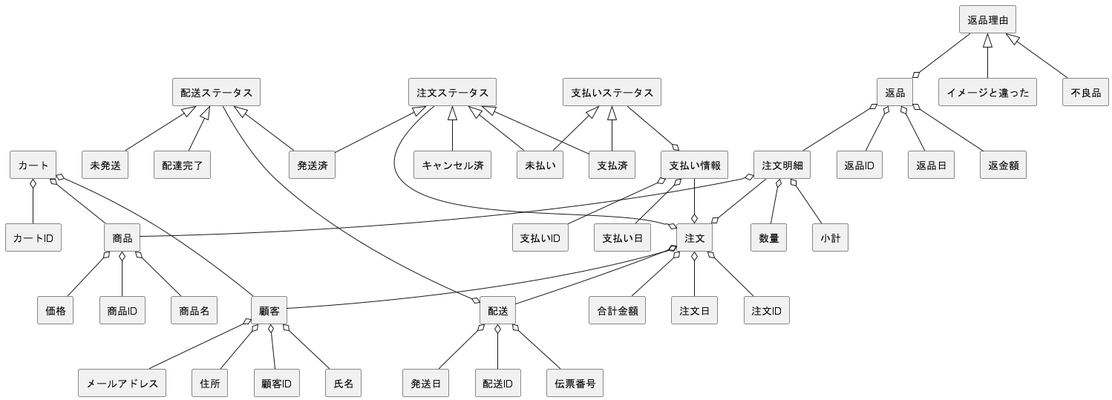
The PlantUML diagram out/group/BB/BBdomain copy/BBショップ注文管理ドメインモデル.png in amaneko0608/ohara_uml, before a commit.
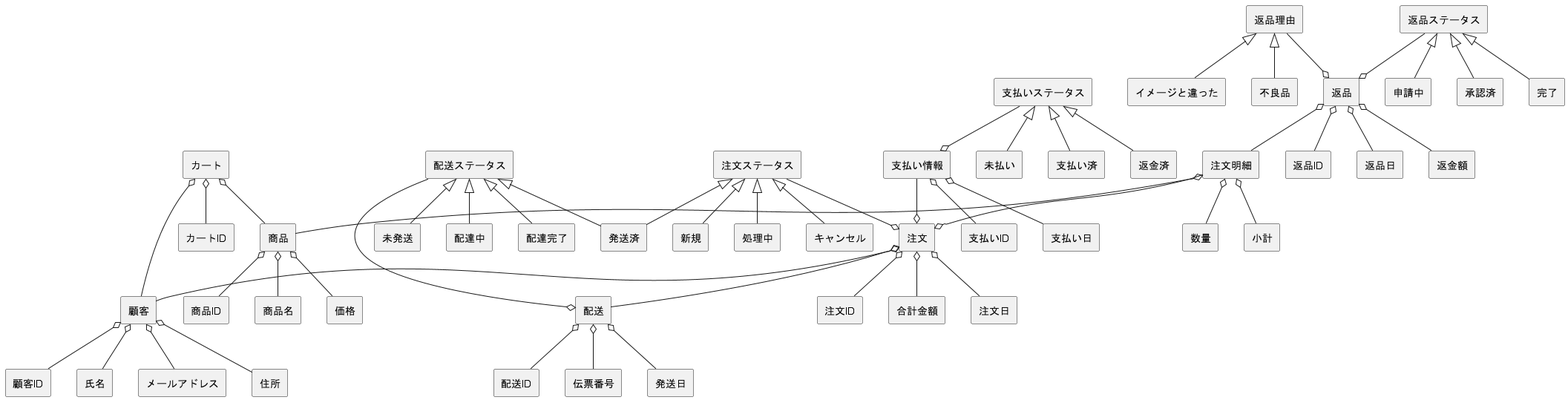
Later version of the same file.

Diff of the diagram source:
```diff
@@ -19,10 +19,10 @@
 [注文] o-- [合計金額]
 [注文] o-- [注文日]
 
-[注文ステータス] <|-- [未払い]
-[注文ステータス] <|-- [支払済]
+[注文ステータス] <|-- [新規]
+[注文ステータス] <|-- [処理中]
 [注文ステータス] <|-- [発送済]
-[注文ステータス] <|-- [キャンセル済]
+[注文ステータス] <|-- [キャンセル]
 [注文ステータス] --o [注文]
 
 [注文明細] --o [注文]
@@ -35,7 +35,8 @@
 [支払い情報] o-- [支払い日]
 
 [支払いステータス] <|-- [未払い]
-[支払いステータス] <|-- [支払済]
+[支払いステータス] <|-- [支払い済]
+[支払いステータス] <|-- [返金済]
 [支払いステータス] --o [支払い情報]
 
 [返品] o-- [注文明細]
@@ -47,12 +48,18 @@
 [返品理由] <|-- [不良品]
 [返品理由] --o [返品]
 
+[返品ステータス] <|-- [申請中]
+[返品ステータス] <|-- [承認済]
+[返品ステータス] <|-- [完了]
+[返品ステータス] --o [返品]
+
 [配送] o-- [配送ID]
 [配送] o-- [伝票番号]
 [配送] o-- [発送日]
 
 [配送ステータス] <|-- [未発送]
 [配送ステータス] <|-- [発送済]
+[配送ステータス] <|-- [配達中]
 [配送ステータス] <|-- [配達完了]
 [配送ステータス] --o [配送]
 
```
